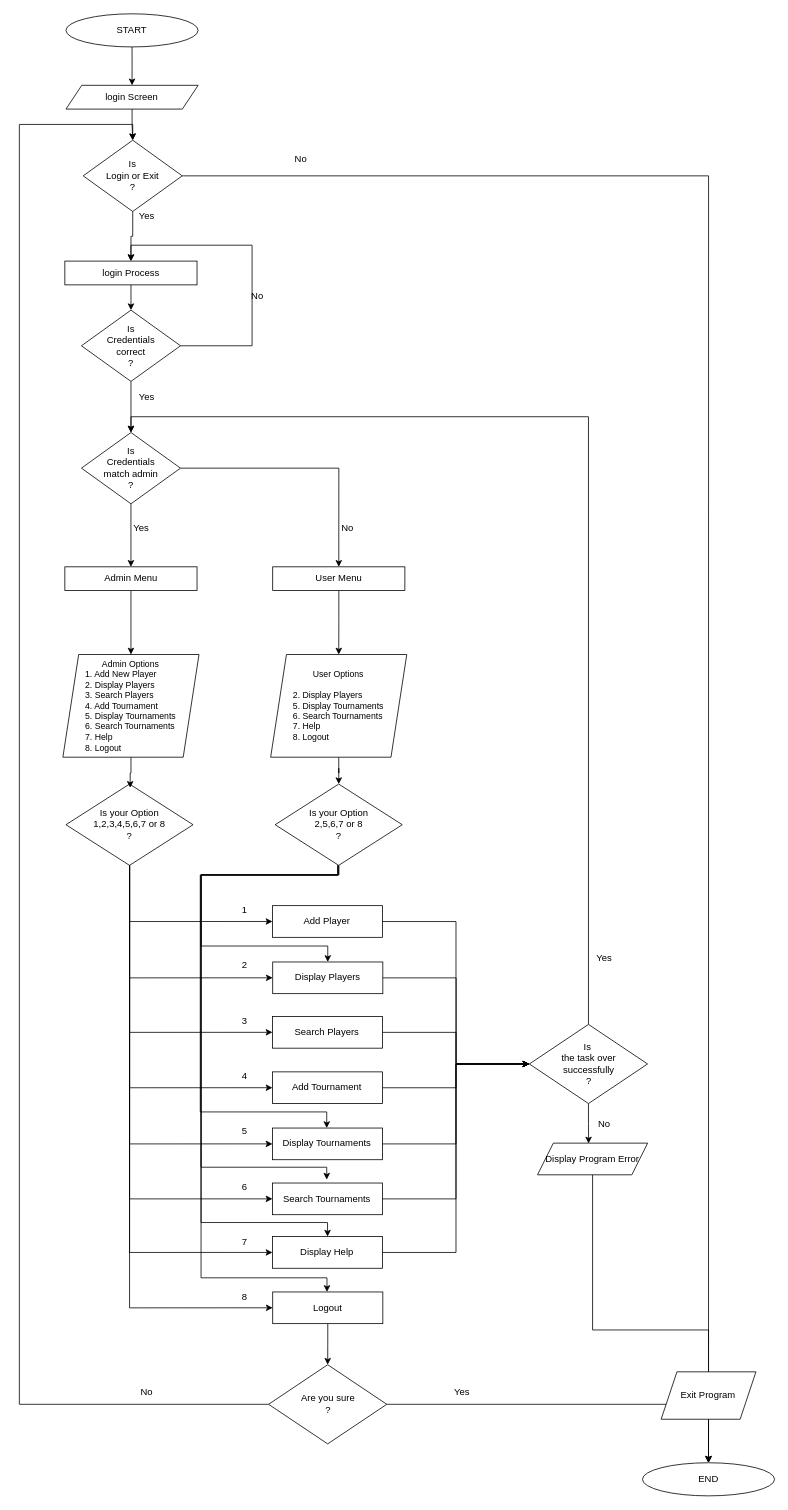
Anuja-jayasinghe/DrawIo_Projects keeps this draw.io diagram as javaChessAcademy.drawio. Above is the earlier version. Source tidied: cells renumbered, new cells numbered last; positions are measured from the earlier drawing's top-left corner, leaving out a move shared by most shapes. Both pictures are drawn from the tidied source at 79%, with x=0, y=0 at pixel (19, 13).
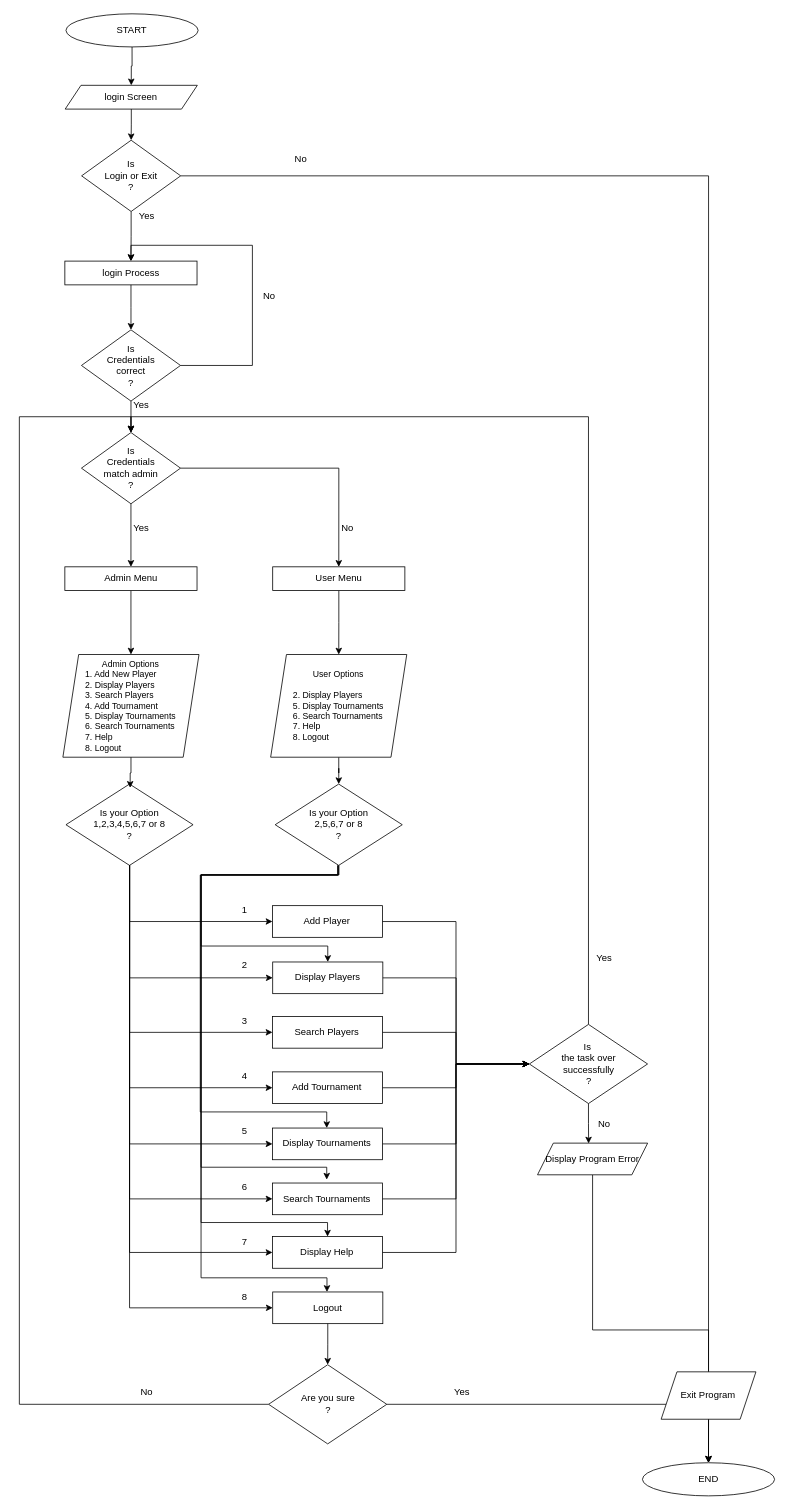
The same diagram, later.

The change refers to these unchanged cells:
```xml
<mxCell id="11" value="login Process" style="rounded=0;whiteSpace=wrap;html=1;" parent="1" vertex="1">
  <mxGeometry x="57.6" y="313" width="167.3" height="30.1" as="geometry" />
</mxCell>
<mxCell id="43" value="&lt;div&gt;Are you sure&lt;/div&gt;&lt;div&gt;?&lt;/div&gt;" style="rhombus;whiteSpace=wrap;html=1;align=center;" parent="1" vertex="1">
  <mxGeometry x="315.5" y="1710" width="149.6" height="100.2" as="geometry" />
</mxCell>
<mxCell id="71" value="Is&lt;div&gt;Credentials&lt;/div&gt;&lt;div&gt;match admin&lt;/div&gt;&lt;div&gt;?&lt;/div&gt;" style="rhombus;whiteSpace=wrap;html=1;" parent="1" vertex="1">
  <mxGeometry x="78.6" y="530" width="125.4" height="90.2" as="geometry" />
</mxCell>
```

Change to the diagram source:
```diff
@@
     <mxCell id="8" value="login Screen" style="shape=parallelogram;perimeter=parallelogramPerimeter;whiteSpace=wrap;html=1;fixedSize=1;" parent="1" vertex="1">
-      <mxGeometry x="59" y="90.5" width="167.3" height="30.1" as="geometry" />
+      <mxGeometry x="58" y="90.5" width="167.3" height="30.1" as="geometry" />
     </mxCell>
     <mxCell id="9" value="Is&lt;div&gt;Login or Exit&lt;/div&gt;&lt;div&gt;?&lt;/div&gt;" style="rhombus;whiteSpace=wrap;html=1;" parent="1" vertex="1">
-      <mxGeometry x="80.8" y="160" width="125.4" height="90.2" as="geometry" />
+      <mxGeometry x="78.8" y="160" width="125.4" height="90.2" as="geometry" />
     </mxCell>
@@
     <mxCell id="13" value="Is&lt;div&gt;Credentials&lt;/div&gt;&lt;div&gt;correct&lt;/div&gt;&lt;div&gt;?&lt;/div&gt;" style="rhombus;whiteSpace=wrap;html=1;" parent="1" vertex="1">
-      <mxGeometry x="78.6" y="375.1" width="125.4" height="90.2" as="geometry" />
+      <mxGeometry x="78.6" y="400" width="125.4" height="90.2" as="geometry" />
     </mxCell>
     <mxCell id="14" value="No" style="text;html=1;align=center;verticalAlign=middle;strokeColor=none;fillColor=none;" parent="1" vertex="1">
-      <mxGeometry x="280.7" y="343" width="40" height="30" as="geometry" />
+      <mxGeometry x="296.4" y="343" width="40" height="30" as="geometry" />
     </mxCell>
@@
     <mxCell id="16" value="Yes" style="text;html=1;align=center;verticalAlign=middle;strokeColor=none;fillColor=none;" parent="1" vertex="1">
-      <mxGeometry x="140.7" y="470" width="40" height="30" as="geometry" />
+      <mxGeometry x="134" y="480" width="40" height="30" as="geometry" />
     </mxCell>
@@
-    <mxCell id="42" style="edgeStyle=orthogonalEdgeStyle;rounded=0;jettySize=auto;html=1;entryX=0.5;entryY=0;entryDx=0;entryDy=0;" parent="1" edge="1" source="43" target="9">
-      <mxGeometry relative="1" as="geometry">
-        <Array as="points">
-          <mxPoint y="1760" />
-          <mxPoint y="140" />
-          <mxPoint x="144" y="140" />
-        </Array>
-      </mxGeometry>
-    </mxCell>
+    <mxCell id="84" style="edgeStyle=orthogonalEdgeStyle;rounded=0;jettySize=auto;html=1;entryX=0.5;entryY=0;entryDx=0;entryDy=0;" parent="1" edge="1" source="43" target="71">
+      <mxGeometry relative="1" as="geometry">
+        <Array as="points">
+          <mxPoint y="1760" />
+          <mxPoint y="510" />
+          <mxPoint x="141" y="510" />
+        </Array>
+      </mxGeometry>
+    </mxCell>
@@
     <mxCell id="48" style="edgeStyle=orthogonalEdgeStyle;rounded=0;jettySize=auto;html=1;entryX=0.5;entryY=0;entryDx=0;entryDy=0;" parent="1" edge="1" source="13" target="11">
       <mxGeometry relative="1" as="geometry">
         <Array as="points">
-          <mxPoint x="294.6" y="421.2" />
-          <mxPoint x="294.6" y="292.9" />
-          <mxPoint x="141.3" y="292.9" />
+          <mxPoint x="295" y="445" />
+          <mxPoint x="295" y="293" />
+          <mxPoint x="141" y="293" />
         </Array>
       </mxGeometry>
     </mxCell>
```
